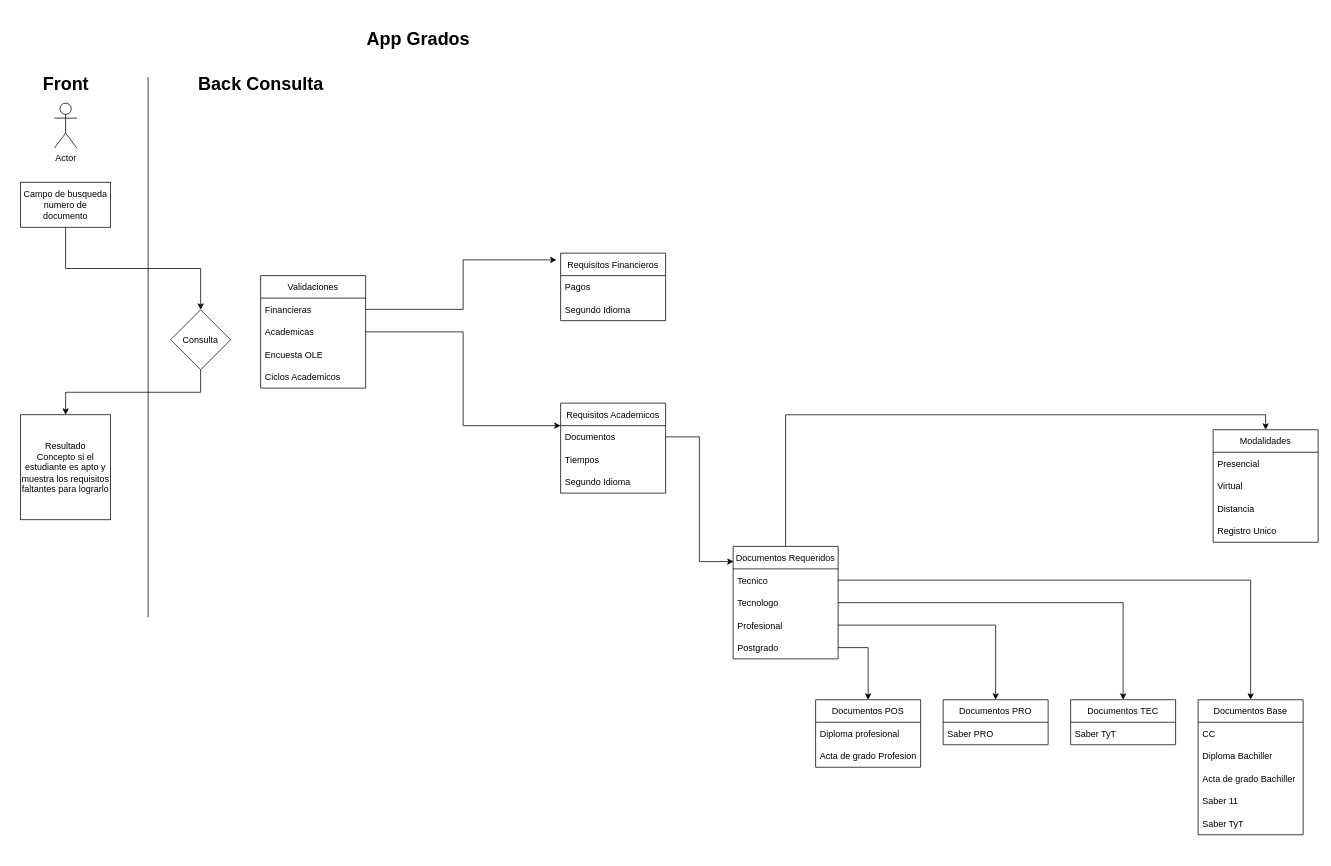
Above: flujo-inicial.drawio in DevOps-CUN/docs-apps-grados (draw.io), before the change. Source tidied: cells renumbered, new cells numbered last; positions are measured from the earlier drawing's top-left corner, leaving out a move shared by most shapes. Both pictures are drawn from the tidied source at 75%, with x=0, y=0 at pixel (20, 13).
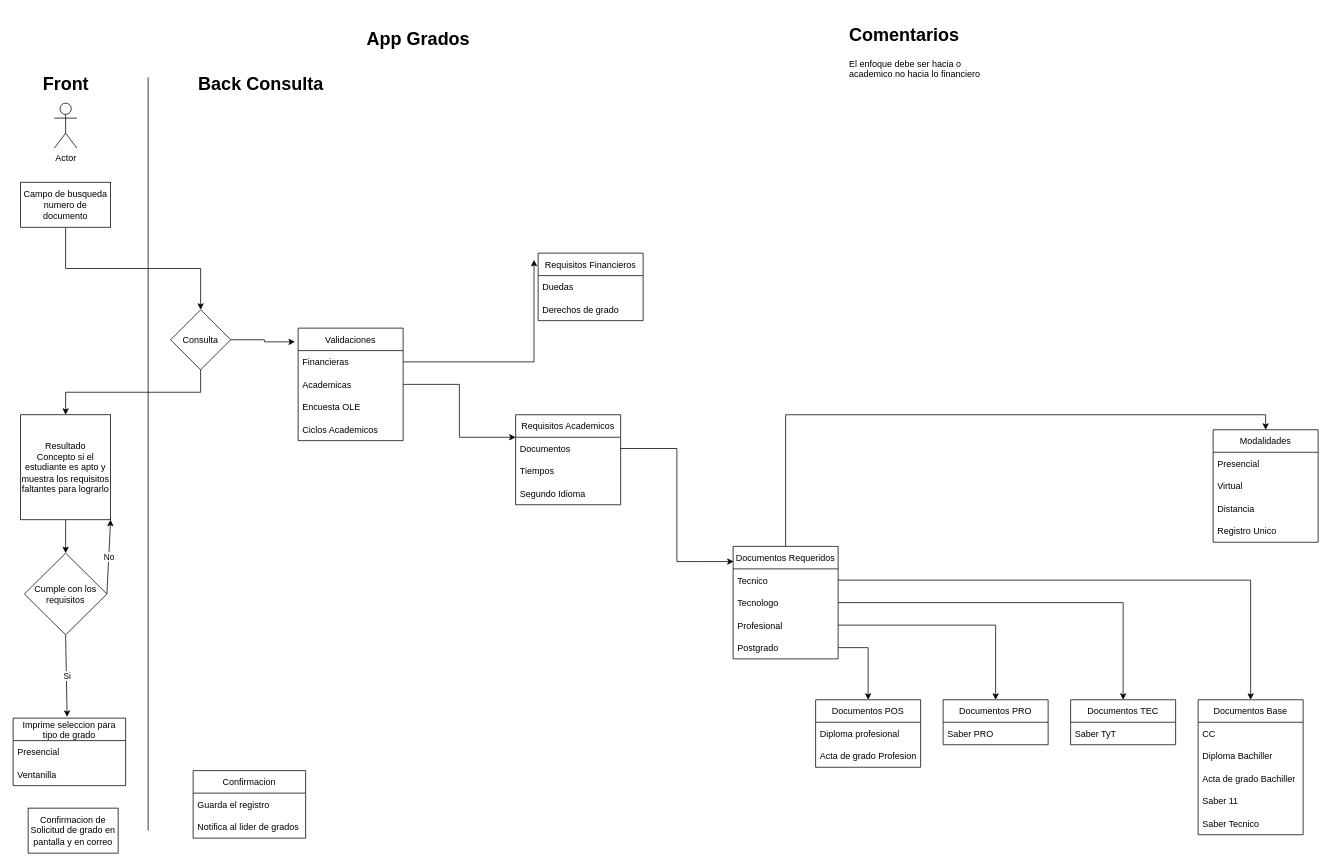
Above is the later version.

The change refers to these unchanged cells:
```xml
<mxCell id="6" value="Resultado&lt;br&gt;Concepto si el estudiante es apto y muestra los requisitos faltantes para lograrlo&lt;br&gt;" style="rounded=0;whiteSpace=wrap;html=1;" parent="1" vertex="1">
  <mxGeometry y="535.5" width="120" height="140" as="geometry" />
</mxCell>
<mxCell id="8" value="Consulta" style="rhombus;whiteSpace=wrap;html=1;" parent="1" vertex="1">
  <mxGeometry x="200" y="395.5" width="80" height="80" as="geometry" />
</mxCell>
<mxCell id="28" value="Documentos Base" style="swimlane;fontStyle=0;horizontal=1;startSize=30;" parent="1" vertex="1">
  <mxGeometry x="1570" y="915.5" width="140" height="180" as="geometry" />
</mxCell>
```

Change to the diagram source:
```diff
@@
     <mxCell id="4" style="endArrow=none;html=1;rounded=0;" parent="1" edge="1">
       <mxGeometry relative="1" as="geometry">
-        <mxPoint x="170" y="805.5" as="sourcePoint" />
+        <mxPoint x="170" y="1090" as="sourcePoint" />
         <mxPoint x="170" y="85.5" as="targetPoint" />
       </mxGeometry>
     </mxCell>
@@
+    <mxCell id="55" style="edgeStyle=orthogonalEdgeStyle;rounded=0;jettySize=auto;html=1;exitX=0.5;exitY=1;exitDx=0;exitDy=0;" parent="1" edge="1" source="6" target="59">
+      <mxGeometry relative="1" as="geometry" />
+    </mxCell>
@@
+    <mxCell id="56" style="edgeStyle=orthogonalEdgeStyle;rounded=0;jettySize=auto;html=1;exitX=1;exitY=0.5;exitDx=0;exitDy=0;entryX=-0.03;entryY=0.122;entryDx=0;entryDy=0;entryPerimeter=0;" parent="1" edge="1" source="8" target="11">
+      <mxGeometry relative="1" as="geometry" />
+    </mxCell>
@@
     <mxCell id="11" value="Validaciones" style="swimlane;fontStyle=0;horizontal=1;startSize=30;" parent="1" vertex="1">
-      <mxGeometry x="320" y="350" width="140" height="150" as="geometry" />
+      <mxGeometry x="370" y="420" width="140" height="150" as="geometry" />
     </mxCell>
@@
-    <mxCell id="33" value="Saber TyT" style="text;strokeColor=none;fillColor=none;align=left;verticalAlign=middle;spacingLeft=4;spacingRight=4;overflow=hidden;" parent="28" vertex="1">
+    <mxCell id="33" value="Saber Tecnico" style="text;strokeColor=none;fillColor=none;align=left;verticalAlign=middle;spacingLeft=4;spacingRight=4;overflow=hidden;" parent="28" vertex="1">
       <mxGeometry y="150" width="140" height="30" as="geometry" />
     </mxCell>
@@
     <mxCell id="45" value="Requisitos Academicos" style="swimlane;fontStyle=0;horizontal=1;startSize=30;" parent="1" vertex="1">
-      <mxGeometry x="720" y="520" width="140" height="120" as="geometry" />
+      <mxGeometry x="660" y="535.5" width="140" height="120" as="geometry" />
     </mxCell>
@@
     <mxCell id="51" value="Requisitos Financieros" style="swimlane;fontStyle=0;horizontal=1;startSize=30;" parent="1" vertex="1">
-      <mxGeometry x="720" y="320" width="140" height="90" as="geometry" />
+      <mxGeometry x="690" y="320" width="140" height="90" as="geometry" />
     </mxCell>
-    <mxCell id="52" value="Pagos" style="text;strokeColor=none;fillColor=none;align=left;verticalAlign=middle;spacingLeft=4;spacingRight=4;overflow=hidden;" parent="51" vertex="1">
+    <mxCell id="52" value="Duedas " style="text;strokeColor=none;fillColor=none;align=left;verticalAlign=middle;spacingLeft=4;spacingRight=4;overflow=hidden;" parent="51" vertex="1">
       <mxGeometry y="30" width="140" height="30" as="geometry" />
     </mxCell>
-    <mxCell id="53" value="Segundo Idioma" style="text;strokeColor=none;fillColor=none;align=left;verticalAlign=middle;spacingLeft=4;spacingRight=4;overflow=hidden;" parent="51" vertex="1">
-      <mxGeometry y="60" width="140" height="30" as="geometry" />
-    </mxCell>
+    <mxCell id="57" value="Derechos de grado" style="text;strokeColor=none;fillColor=none;align=left;verticalAlign=middle;spacingLeft=4;spacingRight=4;overflow=hidden;" parent="51" vertex="1">
+      <mxGeometry y="60" width="140" height="30" as="geometry" />
+    </mxCell>
@@
+    <mxCell id="58" value="&lt;h1&gt;Comentarios&lt;/h1&gt;&lt;p&gt;El enfoque debe ser hacia o academico no hacia lo financiero&lt;/p&gt;&lt;p&gt;&lt;br&gt;&lt;/p&gt;" style="text;html=1;strokeColor=none;fillColor=none;spacing=5;spacingTop=-20;whiteSpace=wrap;overflow=hidden;rounded=0;" parent="1" vertex="1">
+      <mxGeometry x="1100" y="10" width="190" height="120" as="geometry" />
+    </mxCell>
+    <mxCell id="59" value="Cumple con los requisitos" style="rhombus;whiteSpace=wrap;html=1;" parent="1" vertex="1">
+      <mxGeometry x="5" y="720" width="110" height="109" as="geometry" />
+    </mxCell>
+    <mxCell id="60" style="endArrow=classic;html=1;rounded=0;exitX=0.5;exitY=1;exitDx=0;exitDy=0;entryX=0.48;entryY=-0.019;entryDx=0;entryDy=0;entryPerimeter=0;" parent="1" edge="1" source="59" target="62">
+      <mxGeometry relative="1" as="geometry" />
+    </mxCell>
+    <mxCell id="61" value="Si" style="edgeLabel;html=1;align=center;verticalAlign=middle;" parent="60" vertex="1">
+      <mxGeometry relative="1" as="geometry" />
+    </mxCell>
+    <mxCell id="62" value="Imprime seleccion para &#10;tipo de grado" style="swimlane;fontStyle=0;horizontal=1;startSize=30;" parent="1" vertex="1">
+      <mxGeometry x="-10" y="940" width="150" height="90" as="geometry" />
+    </mxCell>
+    <mxCell id="63" value="Presencial" style="text;strokeColor=none;fillColor=none;align=left;verticalAlign=middle;spacingLeft=4;spacingRight=4;overflow=hidden;" parent="62" vertex="1">
+      <mxGeometry y="30" width="150" height="30" as="geometry" />
+    </mxCell>
+    <mxCell id="64" value="Ventanilla" style="text;strokeColor=none;fillColor=none;align=left;verticalAlign=middle;spacingLeft=4;spacingRight=4;overflow=hidden;" parent="62" vertex="1">
+      <mxGeometry y="60" width="150" height="30" as="geometry" />
+    </mxCell>
+    <mxCell id="65" value="No" style="endArrow=classic;html=1;rounded=0;exitX=1;exitY=0.5;exitDx=0;exitDy=0;entryX=1;entryY=1;entryDx=0;entryDy=0;" parent="1" edge="1" source="59" target="6">
+      <mxGeometry relative="1" as="geometry" />
+    </mxCell>
+    <mxCell id="66" value="Confirmacion de Solicitud de grado en pantalla y en correo" style="rounded=0;whiteSpace=wrap;html=1;" parent="1" vertex="1">
+      <mxGeometry x="10" y="1060" width="120" height="60" as="geometry" />
+    </mxCell>
+    <mxCell id="67" value="Confirmacion" style="swimlane;fontStyle=0;horizontal=1;startSize=30;" parent="1" vertex="1">
+      <mxGeometry x="230" y="1010" width="150" height="90" as="geometry" />
+    </mxCell>
+    <mxCell id="68" value="Guarda el registro" style="text;strokeColor=none;fillColor=none;align=left;verticalAlign=middle;spacingLeft=4;spacingRight=4;overflow=hidden;" parent="67" vertex="1">
+      <mxGeometry y="30" width="150" height="30" as="geometry" />
+    </mxCell>
+    <mxCell id="69" value="Notifica al lider de grados" style="text;strokeColor=none;fillColor=none;align=left;verticalAlign=middle;spacingLeft=4;spacingRight=4;overflow=hidden;" parent="67" vertex="1">
+      <mxGeometry y="60" width="150" height="30" as="geometry" />
+    </mxCell>
```
